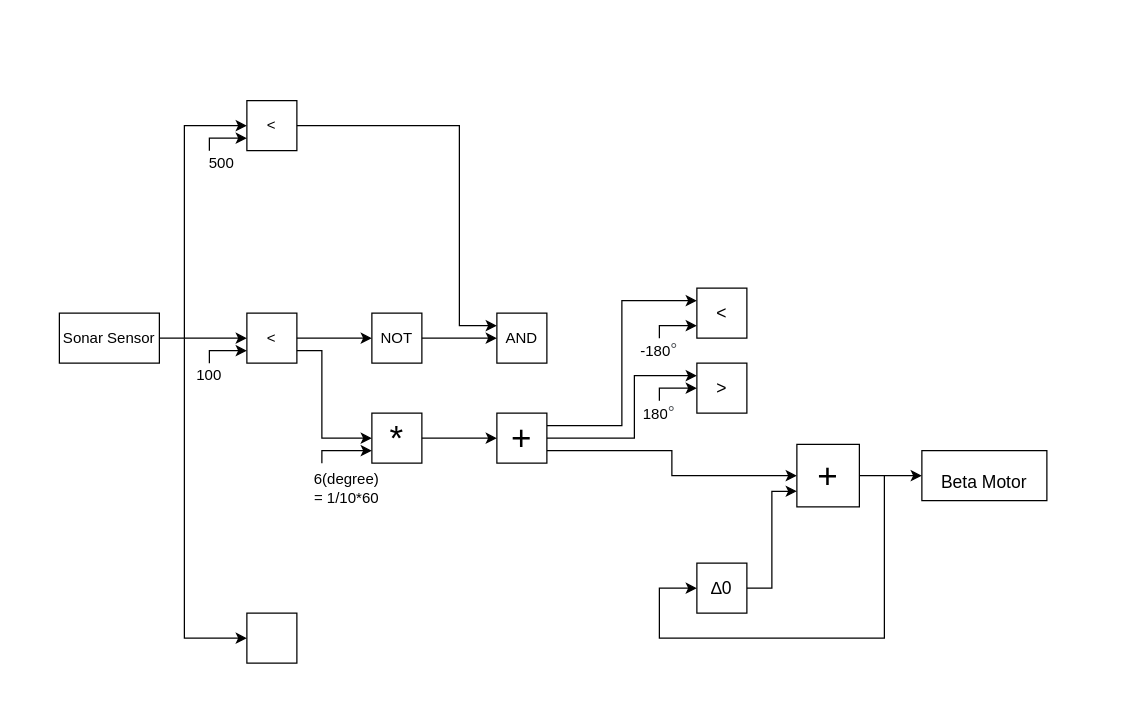
Before: proj07/ps2.drawio in miaoyuyang/CSE231, a draw.io diagram. Source tidied: cells renumbered, new cells numbered last; positions are measured from the earlier drawing's top-left corner, leaving out a move shared by most shapes. Both pictures are drawn from the tidied source at 125%, with x=0, y=0 at pixel (59, 100).
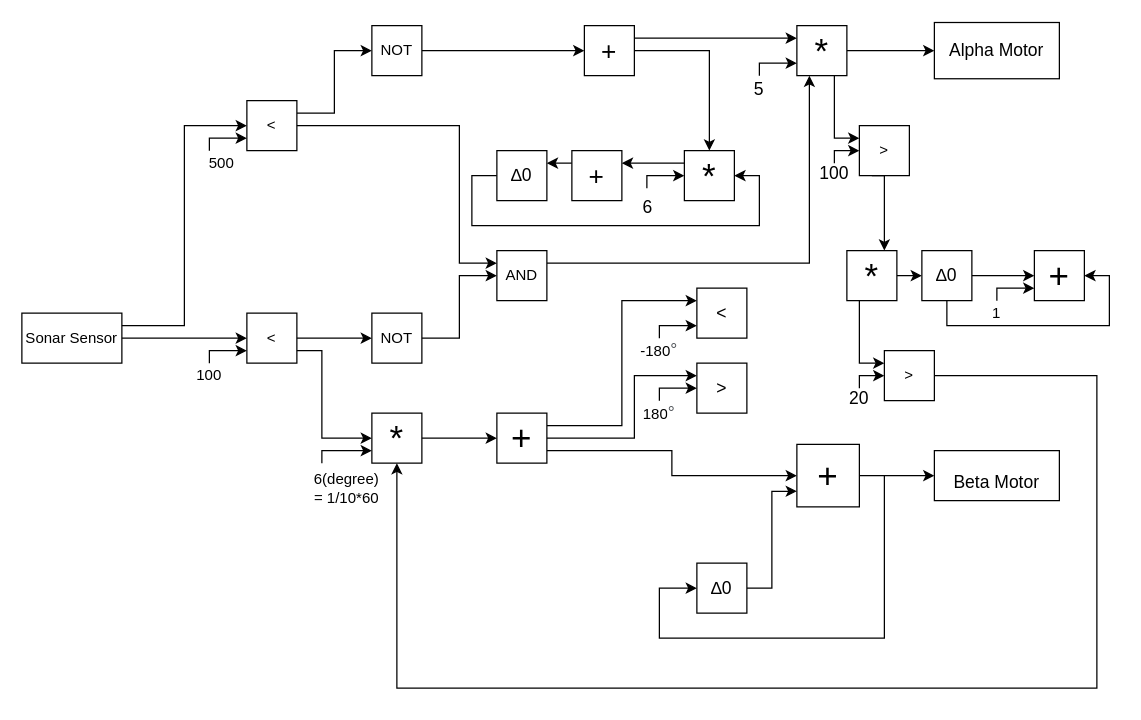
After the change.

The change refers to these unchanged cells:
```xml
<mxCell id="4" value="&amp;lt;" style="rounded=0;whiteSpace=wrap;html=1;" parent="1" vertex="1">
  <mxGeometry x="150" width="40" height="40" as="geometry" />
</mxCell>
<mxCell id="12" value="NOT" style="rounded=0;whiteSpace=wrap;html=1;" parent="1" vertex="1">
  <mxGeometry x="250" y="170" width="40" height="40" as="geometry" />
</mxCell>
<mxCell id="18" value="&lt;font style=&quot;font-size: 28px;&quot;&gt;*&lt;/font&gt;" style="rounded=0;whiteSpace=wrap;html=1;" parent="1" vertex="1">
  <mxGeometry x="250" y="250" width="40" height="40" as="geometry" />
</mxCell>
```

What changed in the source:
```diff
@@
     <mxCell id="2" value="Sonar Sensor" style="rounded=0;whiteSpace=wrap;html=1;" parent="1" vertex="1">
-      <mxGeometry y="170" width="80" height="40" as="geometry" />
+      <mxGeometry x="-30" y="170" width="80" height="40" as="geometry" />
     </mxCell>
@@
+    <mxCell id="39" style="edgeStyle=orthogonalEdgeStyle;rounded=0;jettySize=auto;html=1;exitX=1;exitY=0.25;exitDx=0;exitDy=0;entryX=0;entryY=0.5;entryDx=0;entryDy=0;" parent="1" edge="1" source="4" target="42">
+      <mxGeometry relative="1" as="geometry" />
+    </mxCell>
@@
-    <mxCell id="5" style="rounded=0;whiteSpace=wrap;html=1;" parent="1" vertex="1">
-      <mxGeometry x="150" y="410" width="40" height="40" as="geometry" />
-    </mxCell>
@@
-    <mxCell id="9" style="endArrow=classic;html=1;rounded=0;entryX=0;entryY=0.5;entryDx=0;entryDy=0;" parent="1" edge="1" target="4">
+    <mxCell id="9" style="endArrow=classic;html=1;rounded=0;entryX=0;entryY=0.5;entryDx=0;entryDy=0;exitX=1;exitY=0.25;exitDx=0;exitDy=0;" parent="1" edge="1" source="2" target="4">
       <mxGeometry relative="1" as="geometry">
-        <mxPoint x="100" y="190" as="sourcePoint" />
         <Array as="points">
+          <mxPoint x="100" y="180" />
           <mxPoint x="100" y="20" />
         </Array>
       </mxGeometry>
     </mxCell>
@@
+    <mxCell id="40" style="edgeStyle=orthogonalEdgeStyle;rounded=0;jettySize=auto;html=1;exitX=1;exitY=0.25;exitDx=0;exitDy=0;entryX=0.25;entryY=1;entryDx=0;entryDy=0;fontSize=14;" parent="1" edge="1" source="13" target="48">
+      <mxGeometry relative="1" as="geometry" />
+    </mxCell>
     <mxCell id="13" value="AND" style="rounded=0;whiteSpace=wrap;html=1;" parent="1" vertex="1">
-      <mxGeometry x="350" y="170" width="40" height="40" as="geometry" />
+      <mxGeometry x="350" y="120" width="40" height="40" as="geometry" />
     </mxCell>
@@
-    <mxCell id="15" style="endArrow=classic;html=1;rounded=0;exitX=1;exitY=0.5;exitDx=0;exitDy=0;" parent="1" edge="1" source="12">
+    <mxCell id="15" style="endArrow=classic;html=1;rounded=0;exitX=1;exitY=0.5;exitDx=0;exitDy=0;entryX=0;entryY=0.5;entryDx=0;entryDy=0;" parent="1" edge="1" source="12" target="13">
       <mxGeometry relative="1" as="geometry">
-        <mxPoint x="350" y="190" as="targetPoint" />
+        <Array as="points">
+          <mxPoint x="320" y="190" />
+          <mxPoint x="320" y="140" />
+        </Array>
       </mxGeometry>
     </mxCell>
     <mxCell id="16" style="endArrow=classic;html=1;rounded=0;exitX=1;exitY=0.5;exitDx=0;exitDy=0;entryX=0;entryY=0.25;entryDx=0;entryDy=0;" parent="1" edge="1" source="4" target="13">
       <mxGeometry relative="1" as="geometry">
         <Array as="points">
           <mxPoint x="320" y="20" />
-          <mxPoint x="320" y="180" />
+          <mxPoint x="320" y="130" />
         </Array>
       </mxGeometry>
     </mxCell>
-    <mxCell id="17" style="endArrow=classic;html=1;rounded=0;entryX=0;entryY=0.5;entryDx=0;entryDy=0;" parent="1" edge="1" target="5">
-      <mxGeometry relative="1" as="geometry">
-        <mxPoint x="100" y="190" as="sourcePoint" />
-        <Array as="points">
-          <mxPoint x="100" y="270" />
-          <mxPoint x="100" y="430" />
-        </Array>
-      </mxGeometry>
-    </mxCell>
@@
     <mxCell id="28" value="&lt;font style=&quot;font-size: 14px;&quot;&gt;Beta Motor&lt;/font&gt;" style="rounded=0;whiteSpace=wrap;html=1;fontSize=28;" parent="1" vertex="1">
-      <mxGeometry x="690" y="280" width="100" height="40" as="geometry" />
+      <mxGeometry x="700" y="280" width="100" height="40" as="geometry" />
     </mxCell>
@@
+    <mxCell id="41" style="edgeStyle=orthogonalEdgeStyle;rounded=0;jettySize=auto;html=1;exitX=1;exitY=0.5;exitDx=0;exitDy=0;entryX=0;entryY=0.5;entryDx=0;entryDy=0;fontSize=21;" parent="1" edge="1" source="42" target="45">
+      <mxGeometry relative="1" as="geometry" />
+    </mxCell>
+    <mxCell id="42" value="NOT" style="rounded=0;whiteSpace=wrap;html=1;" parent="1" vertex="1">
+      <mxGeometry x="250" y="-60" width="40" height="40" as="geometry" />
+    </mxCell>
+    <mxCell id="43" style="edgeStyle=orthogonalEdgeStyle;rounded=0;jettySize=auto;html=1;exitX=1;exitY=0.5;exitDx=0;exitDy=0;entryX=0.5;entryY=0;entryDx=0;entryDy=0;fontSize=14;" parent="1" edge="1" source="45" target="53">
+      <mxGeometry relative="1" as="geometry" />
+    </mxCell>
+    <mxCell id="44" style="edgeStyle=orthogonalEdgeStyle;rounded=0;jettySize=auto;html=1;exitX=1;exitY=0.25;exitDx=0;exitDy=0;entryX=0;entryY=0.25;entryDx=0;entryDy=0;fontSize=14;" parent="1" edge="1" source="45" target="48">
+      <mxGeometry relative="1" as="geometry" />
+    </mxCell>
+    <mxCell id="45" value="&lt;font style=&quot;font-size: 21px;&quot;&gt;+&lt;/font&gt;" style="rounded=0;whiteSpace=wrap;html=1;" parent="1" vertex="1">
+      <mxGeometry x="420" y="-60" width="40" height="40" as="geometry" />
+    </mxCell>
+    <mxCell id="46" style="edgeStyle=orthogonalEdgeStyle;rounded=0;jettySize=auto;html=1;exitX=1;exitY=0.5;exitDx=0;exitDy=0;entryX=0;entryY=0.5;entryDx=0;entryDy=0;fontSize=14;" parent="1" edge="1" source="48" target="51">
+      <mxGeometry relative="1" as="geometry" />
+    </mxCell>
+    <mxCell id="47" style="edgeStyle=orthogonalEdgeStyle;rounded=0;jettySize=auto;html=1;exitX=0.75;exitY=1;exitDx=0;exitDy=0;entryX=0;entryY=0.25;entryDx=0;entryDy=0;fontSize=14;" parent="1" edge="1" source="48" target="70">
+      <mxGeometry relative="1" as="geometry">
+        <Array as="points">
+          <mxPoint x="620" y="30" />
+        </Array>
+      </mxGeometry>
+    </mxCell>
+    <mxCell id="48" value="&lt;font style=&quot;font-size: 28px;&quot;&gt;*&lt;/font&gt;" style="rounded=0;whiteSpace=wrap;html=1;" parent="1" vertex="1">
+      <mxGeometry x="590" y="-60" width="40" height="40" as="geometry" />
+    </mxCell>
+    <mxCell id="49" style="endArrow=classic;html=1;rounded=0;fontSize=14;entryX=0;entryY=0.75;entryDx=0;entryDy=0;exitX=0.5;exitY=0;exitDx=0;exitDy=0;" parent="1" edge="1">
+      <mxGeometry relative="1" as="geometry">
+        <mxPoint x="560" y="-20" as="sourcePoint" />
+        <mxPoint x="590" y="-30" as="targetPoint" />
+        <Array as="points">
+          <mxPoint x="560" y="-20" />
+          <mxPoint x="560" y="-30" />
+        </Array>
+      </mxGeometry>
+    </mxCell>
+    <mxCell id="50" value="&lt;font style=&quot;font-size: 14px;&quot;&gt;5&lt;/font&gt;" style="text;html=1;strokeColor=none;fillColor=none;align=center;verticalAlign=middle;whiteSpace=wrap;rounded=0;fontSize=21;" parent="1" vertex="1">
+      <mxGeometry x="540" y="-22.5" width="40" height="20" as="geometry" />
+    </mxCell>
+    <mxCell id="51" value="Alpha Motor" style="rounded=0;whiteSpace=wrap;html=1;fontSize=14;" parent="1" vertex="1">
+      <mxGeometry x="700" y="-62.5" width="100" height="45" as="geometry" />
+    </mxCell>
+    <mxCell id="52" style="edgeStyle=orthogonalEdgeStyle;rounded=0;jettySize=auto;html=1;exitX=0;exitY=0.25;exitDx=0;exitDy=0;entryX=1;entryY=0.25;entryDx=0;entryDy=0;fontSize=14;" parent="1" edge="1" source="53" target="59">
+      <mxGeometry relative="1" as="geometry" />
+    </mxCell>
+    <mxCell id="53" value="&lt;font style=&quot;font-size: 28px;&quot;&gt;*&lt;/font&gt;" style="rounded=0;whiteSpace=wrap;html=1;" parent="1" vertex="1">
+      <mxGeometry x="500" y="40" width="40" height="40" as="geometry" />
+    </mxCell>
+    <mxCell id="54" style="endArrow=classic;html=1;rounded=0;fontSize=14;entryX=0;entryY=0.75;entryDx=0;entryDy=0;exitX=0.5;exitY=0;exitDx=0;exitDy=0;" parent="1" edge="1">
+      <mxGeometry relative="1" as="geometry">
+        <mxPoint x="470" y="70" as="sourcePoint" />
+        <mxPoint x="500" y="60" as="targetPoint" />
+        <Array as="points">
+          <mxPoint x="470" y="70" />
+          <mxPoint x="470" y="60" />
+        </Array>
+      </mxGeometry>
+    </mxCell>
+    <mxCell id="55" value="6" style="text;whiteSpace=wrap;html=1;fontSize=14;" parent="1" vertex="1">
+      <mxGeometry x="465" y="70" width="40" height="30" as="geometry" />
+    </mxCell>
+    <mxCell id="56" style="edgeStyle=orthogonalEdgeStyle;rounded=0;jettySize=auto;html=1;exitX=0;exitY=0.5;exitDx=0;exitDy=0;entryX=1;entryY=0.5;entryDx=0;entryDy=0;fontSize=14;" parent="1" edge="1" source="57" target="53">
+      <mxGeometry relative="1" as="geometry">
+        <Array as="points">
+          <mxPoint x="330" y="60" />
+          <mxPoint x="330" y="100" />
+          <mxPoint x="560" y="100" />
+          <mxPoint x="560" y="60" />
+        </Array>
+      </mxGeometry>
+    </mxCell>
+    <mxCell id="57" value="∆0" style="whiteSpace=wrap;html=1;fontSize=14;" parent="1" vertex="1">
+      <mxGeometry x="350" y="40" width="40" height="40" as="geometry" />
+    </mxCell>
+    <mxCell id="58" style="edgeStyle=orthogonalEdgeStyle;rounded=0;jettySize=auto;html=1;exitX=0;exitY=0.25;exitDx=0;exitDy=0;entryX=1;entryY=0.25;entryDx=0;entryDy=0;fontSize=14;" parent="1" edge="1" source="59" target="57">
+      <mxGeometry relative="1" as="geometry" />
+    </mxCell>
+    <mxCell id="59" value="&lt;font style=&quot;font-size: 21px;&quot;&gt;+&lt;/font&gt;" style="rounded=0;whiteSpace=wrap;html=1;" parent="1" vertex="1">
+      <mxGeometry x="410" y="40" width="40" height="40" as="geometry" />
+    </mxCell>
+    <mxCell id="60" style="edgeStyle=orthogonalEdgeStyle;rounded=0;jettySize=auto;html=1;exitX=1;exitY=0.5;exitDx=0;exitDy=0;entryX=0;entryY=0.5;entryDx=0;entryDy=0;fontSize=14;" parent="1" edge="1" source="62" target="65">
+      <mxGeometry relative="1" as="geometry" />
+    </mxCell>
+    <mxCell id="61" style="edgeStyle=orthogonalEdgeStyle;rounded=0;jettySize=auto;html=1;exitX=0.25;exitY=1;exitDx=0;exitDy=0;entryX=0;entryY=0.25;entryDx=0;entryDy=0;fontSize=14;" parent="1" edge="1" source="62" target="74">
+      <mxGeometry relative="1" as="geometry" />
+    </mxCell>
+    <mxCell id="62" value="&lt;font style=&quot;font-size: 28px;&quot;&gt;*&lt;/font&gt;" style="rounded=0;whiteSpace=wrap;html=1;" parent="1" vertex="1">
+      <mxGeometry x="630" y="120" width="40" height="40" as="geometry" />
+    </mxCell>
+    <mxCell id="63" style="edgeStyle=orthogonalEdgeStyle;rounded=0;jettySize=auto;html=1;exitX=1;exitY=0.5;exitDx=0;exitDy=0;entryX=0;entryY=0.5;entryDx=0;entryDy=0;fontSize=14;" parent="1" edge="1" source="65" target="66">
+      <mxGeometry relative="1" as="geometry" />
+    </mxCell>
+    <mxCell id="64" style="edgeStyle=orthogonalEdgeStyle;rounded=0;jettySize=auto;html=1;exitX=0.5;exitY=1;exitDx=0;exitDy=0;entryX=1;entryY=0.5;entryDx=0;entryDy=0;fontSize=14;" parent="1" edge="1" source="65" target="66">
+      <mxGeometry relative="1" as="geometry" />
+    </mxCell>
+    <mxCell id="65" value="∆0" style="whiteSpace=wrap;html=1;fontSize=14;" parent="1" vertex="1">
+      <mxGeometry x="690" y="120" width="40" height="40" as="geometry" />
+    </mxCell>
+    <mxCell id="66" value="+" style="whiteSpace=wrap;html=1;fontSize=28;" parent="1" vertex="1">
+      <mxGeometry x="780" y="120" width="40" height="40" as="geometry" />
+    </mxCell>
+    <mxCell id="67" style="endArrow=classic;html=1;rounded=0;fontSize=14;entryX=0;entryY=0.75;entryDx=0;entryDy=0;" parent="1" edge="1" target="66">
+      <mxGeometry relative="1" as="geometry">
+        <mxPoint x="750" y="160" as="sourcePoint" />
+        <Array as="points">
+          <mxPoint x="750" y="150" />
+        </Array>
+      </mxGeometry>
+    </mxCell>
+    <mxCell id="68" value="1" style="text;html=1;strokeColor=none;fillColor=none;align=center;verticalAlign=middle;whiteSpace=wrap;rounded=0;" parent="1" vertex="1">
+      <mxGeometry x="740" y="165" width="20" height="10" as="geometry" />
+    </mxCell>
+    <mxCell id="69" style="edgeStyle=orthogonalEdgeStyle;rounded=0;jettySize=auto;html=1;exitX=0.25;exitY=1;exitDx=0;exitDy=0;entryX=0.75;entryY=0;entryDx=0;entryDy=0;fontSize=14;" parent="1" edge="1" source="70" target="62">
+      <mxGeometry relative="1" as="geometry">
+        <Array as="points">
+          <mxPoint x="660" y="60" />
+        </Array>
+      </mxGeometry>
+    </mxCell>
+    <mxCell id="70" value="&amp;gt;" style="rounded=0;whiteSpace=wrap;html=1;" parent="1" vertex="1">
+      <mxGeometry x="640" y="20" width="40" height="40" as="geometry" />
+    </mxCell>
+    <mxCell id="71" style="endArrow=classic;html=1;rounded=0;fontSize=14;entryX=0;entryY=0.75;entryDx=0;entryDy=0;" parent="1" edge="1">
+      <mxGeometry relative="1" as="geometry">
+        <mxPoint x="620" y="50" as="sourcePoint" />
+        <mxPoint x="640" y="40" as="targetPoint" />
+        <Array as="points">
+          <mxPoint x="620" y="50" />
+          <mxPoint x="620" y="40" />
+        </Array>
+      </mxGeometry>
+    </mxCell>
+    <mxCell id="72" value="&lt;font style=&quot;font-size: 14px;&quot;&gt;100&lt;/font&gt;" style="text;html=1;strokeColor=none;fillColor=none;align=center;verticalAlign=middle;whiteSpace=wrap;rounded=0;fontSize=21;" parent="1" vertex="1">
+      <mxGeometry x="610" y="50" width="20" height="10" as="geometry" />
+    </mxCell>
+    <mxCell id="73" style="edgeStyle=orthogonalEdgeStyle;rounded=0;jettySize=auto;html=1;exitX=1;exitY=0.5;exitDx=0;exitDy=0;entryX=0.5;entryY=1;entryDx=0;entryDy=0;fontSize=14;" parent="1" edge="1" source="74" target="18">
+      <mxGeometry relative="1" as="geometry">
+        <Array as="points">
+          <mxPoint x="830" y="220" />
+          <mxPoint x="830" y="470" />
+          <mxPoint x="270" y="470" />
+        </Array>
+      </mxGeometry>
+    </mxCell>
+    <mxCell id="74" value="&amp;gt;" style="rounded=0;whiteSpace=wrap;html=1;" parent="1" vertex="1">
+      <mxGeometry x="660" y="200" width="40" height="40" as="geometry" />
+    </mxCell>
+    <mxCell id="75" style="endArrow=classic;html=1;rounded=0;fontSize=14;entryX=0;entryY=0.75;entryDx=0;entryDy=0;" parent="1" edge="1">
+      <mxGeometry relative="1" as="geometry">
+        <mxPoint x="640" y="230" as="sourcePoint" />
+        <mxPoint x="660" y="220" as="targetPoint" />
+        <Array as="points">
+          <mxPoint x="640" y="230" />
+          <mxPoint x="640" y="220" />
+        </Array>
+      </mxGeometry>
+    </mxCell>
+    <mxCell id="76" value="&lt;font style=&quot;font-size: 14px;&quot;&gt;20&lt;/font&gt;" style="text;html=1;strokeColor=none;fillColor=none;align=center;verticalAlign=middle;whiteSpace=wrap;rounded=0;fontSize=21;" parent="1" vertex="1">
+      <mxGeometry x="630" y="230" width="20" height="10" as="geometry" />
+    </mxCell>
```
